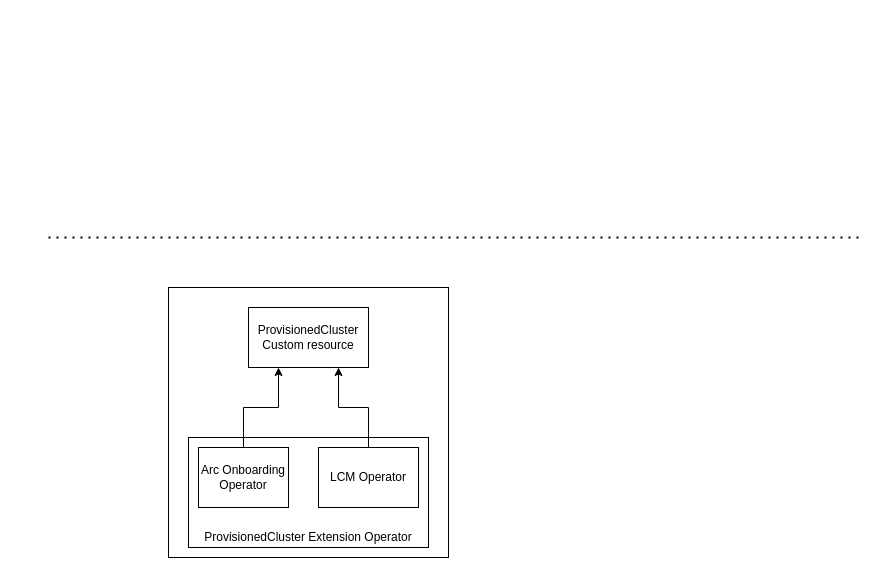
This is ArcOnboardingProvisionedCluster.drawio from khandelwalbrijesh/RetentionScript, a draw.io file, before an edit. Source tidied: cells renumbered, new cells numbered last; positions are measured from the earlier drawing's top-left corner, leaving out a move shared by most shapes. Both pictures are drawn from the tidied source at 100%, with x=0, y=0 at pixel (48, 237).
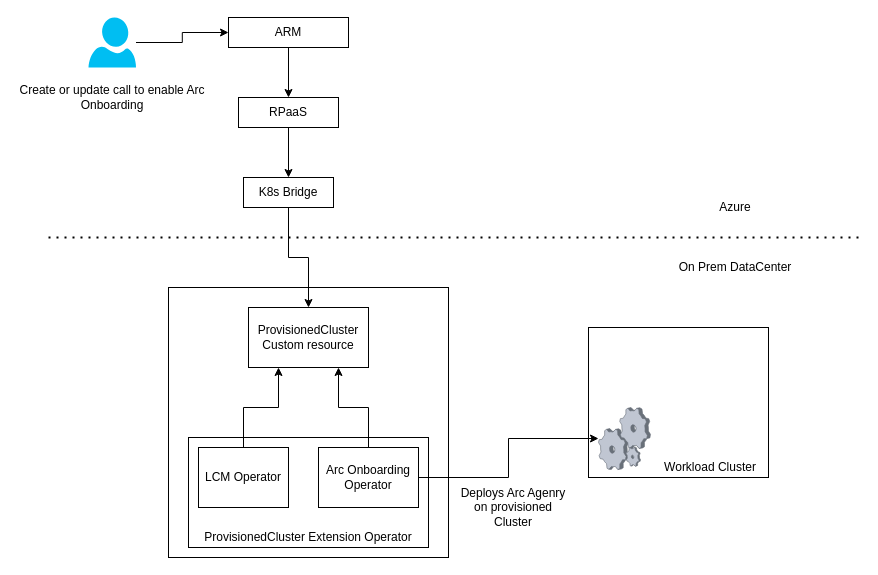
Above is the later version.

Unchanged cells that the change refers to:
```xml
<mxCell id="4" value="ProvisionedCluster Custom resource" style="rounded=0;whiteSpace=wrap;html=1;" parent="1" vertex="1">
  <mxGeometry x="200" y="70" width="120" height="60" as="geometry" />
</mxCell>
```

The edit, as a diff of the source:
```diff
@@
-    <mxCell id="7" value="Arc Onboarding Operator" style="rounded=0;whiteSpace=wrap;html=1;" parent="1" vertex="1">
+    <mxCell id="7" value="LCM Operator" style="rounded=0;whiteSpace=wrap;html=1;" parent="1" vertex="1">
       <mxGeometry x="150" y="210" width="90" height="60" as="geometry" />
     </mxCell>
@@
-    <mxCell id="9" value="LCM Operator" style="rounded=0;whiteSpace=wrap;html=1;" parent="1" vertex="1">
+    <mxCell id="9" value="Arc Onboarding Operator" style="rounded=0;whiteSpace=wrap;html=1;" parent="1" vertex="1">
       <mxGeometry x="270" y="210" width="100" height="60" as="geometry" />
     </mxCell>
@@
+    <mxCell id="11" style="rounded=0;whiteSpace=wrap;html=1;" parent="1" vertex="1">
+      <mxGeometry x="540" y="90" width="180" height="150" as="geometry" />
+    </mxCell>
+    <mxCell id="12" value="Workload Cluster" style="text;html=1;strokeColor=none;fillColor=none;align=center;verticalAlign=middle;whiteSpace=wrap;rounded=0;" parent="1" vertex="1">
+      <mxGeometry x="612" y="220" width="100" height="20" as="geometry" />
+    </mxCell>
+    <mxCell id="13" style="edgeStyle=orthogonalEdgeStyle;rounded=0;jettySize=auto;html=1;exitX=1;exitY=0.5;exitDx=0;exitDy=0;" parent="1" edge="1" source="9" target="14">
+      <mxGeometry relative="1" as="geometry" />
+    </mxCell>
+    <mxCell id="14" style="verticalLabelPosition=bottom;html=1;verticalAlign=top;strokeColor=none;align=center;outlineConnect=0;shape=mxgraph.citrix.process;" parent="1" vertex="1">
+      <mxGeometry x="550" y="170" width="52" height="62" as="geometry" />
+    </mxCell>
+    <mxCell id="15" value="Deploys Arc Agenry on provisioned Cluster" style="text;html=1;strokeColor=none;fillColor=none;align=center;verticalAlign=middle;whiteSpace=wrap;rounded=0;" parent="1" vertex="1">
+      <mxGeometry x="410" y="260" width="110" height="20" as="geometry" />
+    </mxCell>
+    <mxCell id="16" value="On Prem DataCenter" style="text;html=1;strokeColor=none;fillColor=none;align=center;verticalAlign=middle;whiteSpace=wrap;rounded=0;" parent="1" vertex="1">
+      <mxGeometry x="593" y="20" width="188" height="20" as="geometry" />
+    </mxCell>
+    <mxCell id="17" value="Azure" style="text;html=1;strokeColor=none;fillColor=none;align=center;verticalAlign=middle;whiteSpace=wrap;rounded=0;" parent="1" vertex="1">
+      <mxGeometry x="602" y="-40" width="170" height="20" as="geometry" />
+    </mxCell>
+    <mxCell id="18" style="edgeStyle=orthogonalEdgeStyle;rounded=0;jettySize=auto;html=1;" parent="1" edge="1" source="19" target="21">
+      <mxGeometry relative="1" as="geometry" />
+    </mxCell>
+    <mxCell id="19" style="verticalLabelPosition=bottom;html=1;verticalAlign=top;align=center;strokeColor=none;fillColor=#00BEF2;shape=mxgraph.azure.user;" parent="1" vertex="1">
+      <mxGeometry x="40" y="-220" width="47.5" height="50" as="geometry" />
+    </mxCell>
+    <mxCell id="20" style="edgeStyle=orthogonalEdgeStyle;rounded=0;jettySize=auto;html=1;" parent="1" edge="1" source="21" target="23">
+      <mxGeometry relative="1" as="geometry" />
+    </mxCell>
+    <mxCell id="21" value="ARM" style="rounded=0;whiteSpace=wrap;html=1;" parent="1" vertex="1">
+      <mxGeometry x="180" y="-220" width="120" height="30" as="geometry" />
+    </mxCell>
+    <mxCell id="22" style="edgeStyle=orthogonalEdgeStyle;rounded=0;jettySize=auto;html=1;" parent="1" edge="1" source="23" target="25">
+      <mxGeometry relative="1" as="geometry" />
+    </mxCell>
+    <mxCell id="23" value="RPaaS" style="rounded=0;whiteSpace=wrap;html=1;" parent="1" vertex="1">
+      <mxGeometry x="190" y="-140" width="100" height="30" as="geometry" />
+    </mxCell>
+    <mxCell id="24" style="edgeStyle=orthogonalEdgeStyle;rounded=0;jettySize=auto;html=1;" parent="1" edge="1" source="25" target="4">
+      <mxGeometry relative="1" as="geometry" />
+    </mxCell>
+    <mxCell id="25" value="K8s Bridge" style="rounded=0;whiteSpace=wrap;html=1;" parent="1" vertex="1">
+      <mxGeometry x="195" y="-60" width="90" height="30" as="geometry" />
+    </mxCell>
+    <mxCell id="26" value="Create or update call to enable Arc Onboarding" style="text;html=1;strokeColor=none;fillColor=none;align=center;verticalAlign=middle;whiteSpace=wrap;rounded=0;" parent="1" vertex="1">
+      <mxGeometry x="-31.2" y="-150" width="190" height="20" as="geometry" />
+    </mxCell>
```
